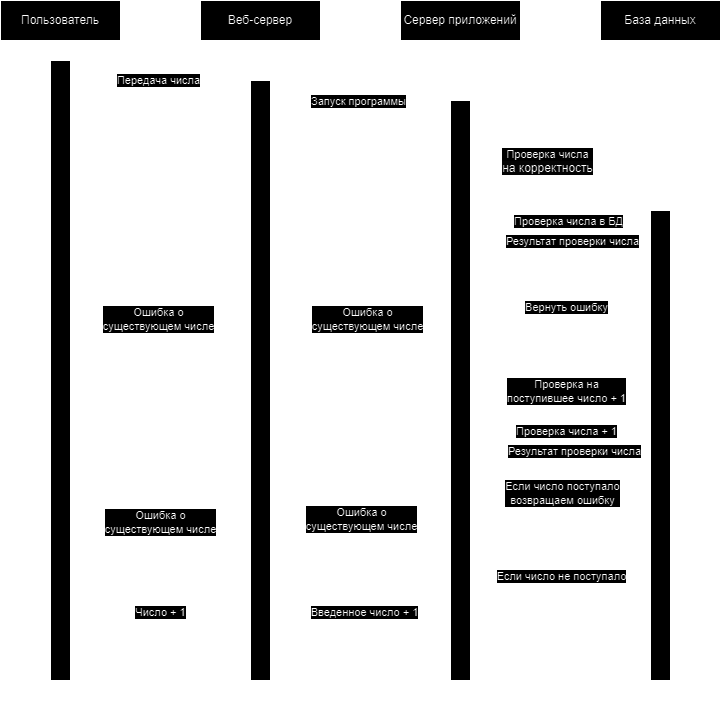
The draw.io diagram Диаграмма последовательности.drawio.png in uselesscloudlet/DSCM, before a commit. Source tidied: cells renumbered, new cells last; positions are measured from the earlier drawing's top-left corner, leaving out a move shared by most shapes.
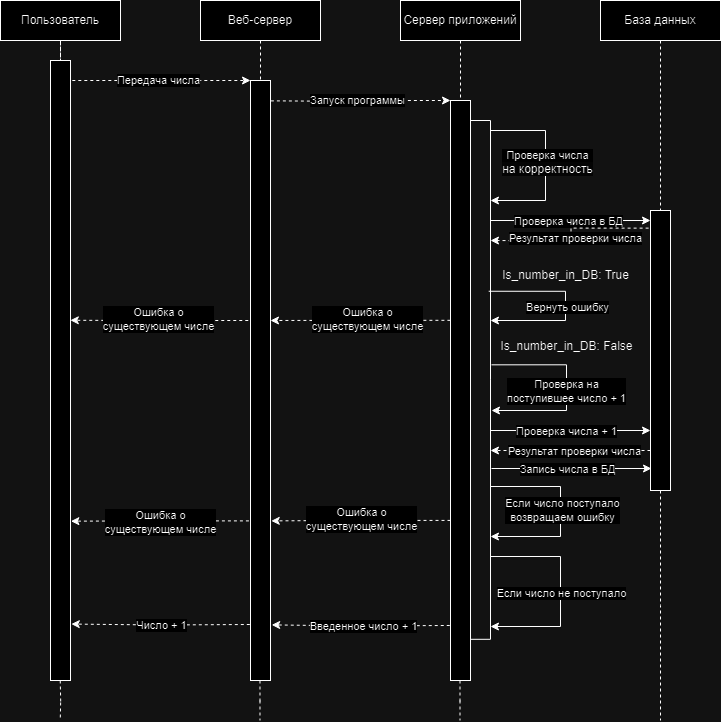
The same file after the commit.

Change to the diagram source:
```diff
@@ -70,12 +70,12 @@
     </mxCell>
     <mxCell id="18" style="edgeStyle=orthogonalEdgeStyle;rounded=0;orthogonalLoop=1;jettySize=auto;html=1;" parent="1" edge="1">
       <mxGeometry relative="1" as="geometry">
-        <mxPoint x="490" y="470" as="sourcePoint" />
-        <mxPoint x="490" y="520" as="targetPoint" />
+        <mxPoint x="490" y="486" as="sourcePoint" />
+        <mxPoint x="490" y="536" as="targetPoint" />
         <Array as="points">
-          <mxPoint x="560" y="470" />
-          <mxPoint x="560" y="520" />
-          <mxPoint x="490" y="520" />
+          <mxPoint x="560" y="486" />
+          <mxPoint x="560" y="536" />
+          <mxPoint x="490" y="536" />
         </Array>
       </mxGeometry>
     </mxCell>
@@ -84,11 +84,11 @@
     </mxCell>
     <mxCell id="20" style="edgeStyle=orthogonalEdgeStyle;rounded=0;orthogonalLoop=1;jettySize=auto;html=1;" parent="1" edge="1">
       <mxGeometry relative="1" as="geometry">
-        <mxPoint x="490" y="540" as="sourcePoint" />
-        <mxPoint x="490" y="610" as="targetPoint" />
+        <mxPoint x="490" y="556" as="sourcePoint" />
+        <mxPoint x="490" y="626" as="targetPoint" />
         <Array as="points">
-          <mxPoint x="560" y="540" />
-          <mxPoint x="560" y="610" />
+          <mxPoint x="560" y="556" />
+          <mxPoint x="560" y="626" />
         </Array>
       </mxGeometry>
     </mxCell>
@@ -142,7 +142,7 @@
       </mxGeometry>
     </mxCell>
     <mxCell id="30" style="rounded=0;whiteSpace=wrap;html=1;" parent="1" vertex="1">
-      <mxGeometry x="650" y="210" width="20" height="470" as="geometry" />
+      <mxGeometry x="650" y="210" width="20" height="280" as="geometry" />
     </mxCell>
     <mxCell id="31" style="edgeStyle=orthogonalEdgeStyle;rounded=0;orthogonalLoop=1;jettySize=auto;html=1;exitX=1;exitY=0.043;exitDx=0;exitDy=0;exitPerimeter=0;endArrow=none;endFill=0;entryX=1.001;entryY=0.929;entryDx=0;entryDy=0;entryPerimeter=0;" parent="1" edge="1" source="22" target="22">
       <mxGeometry relative="1" as="geometry">
@@ -231,16 +231,22 @@
         <mxPoint x="4" as="offset" />
       </mxGeometry>
     </mxCell>
-    <mxCell id="48" style="edgeStyle=orthogonalEdgeStyle;rounded=0;jettySize=auto;html=1;exitX=-0.037;exitY=0.881;exitDx=0;exitDy=0;entryX=1.059;entryY=0.884;entryDx=0;entryDy=0;entryPerimeter=0;exitPerimeter=0;dashed=1;" parent="1" edge="1" source="22" target="15">
-      <mxGeometry relative="1" as="geometry" />
+    <mxCell id="48" style="edgeStyle=orthogonalEdgeStyle;rounded=0;orthogonalLoop=1;jettySize=auto;html=1;exitX=-0.037;exitY=0.881;exitDx=0;exitDy=0;entryX=1.059;entryY=0.884;entryDx=0;entryDy=0;entryPerimeter=0;exitPerimeter=0;dashed=1;" parent="1" edge="1">
+      <mxGeometry relative="1" as="geometry">
+        <mxPoint x="449.3" y="625" as="sourcePoint" />
+        <mxPoint x="271.2" y="624.4" as="targetPoint" />
+      </mxGeometry>
     </mxCell>
     <mxCell id="49" value="Введенное число + 1" style="edgeLabel;html=1;align=center;verticalAlign=middle;" parent="48" vertex="1">
       <mxGeometry x="0.03" y="1" relative="1" as="geometry">
         <mxPoint x="5" as="offset" />
       </mxGeometry>
     </mxCell>
-    <mxCell id="50" style="edgeStyle=orthogonalEdgeStyle;rounded=0;jettySize=auto;html=1;entryX=1.04;entryY=0.888;entryDx=0;entryDy=0;entryPerimeter=0;exitX=-0.034;exitY=0.885;exitDx=0;exitDy=0;exitPerimeter=0;dashed=1;" parent="1" edge="1" source="15" target="12">
-      <mxGeometry relative="1" as="geometry" />
+    <mxCell id="50" style="edgeStyle=orthogonalEdgeStyle;rounded=0;orthogonalLoop=1;jettySize=auto;html=1;entryX=1.04;entryY=0.888;entryDx=0;entryDy=0;entryPerimeter=0;exitX=-0.034;exitY=0.885;exitDx=0;exitDy=0;exitPerimeter=0;dashed=1;" parent="1" edge="1">
+      <mxGeometry relative="1" as="geometry">
+        <mxPoint x="249.3" y="624" as="sourcePoint" />
+        <mxPoint x="70.8" y="623.6" as="targetPoint" />
+      </mxGeometry>
     </mxCell>
     <mxCell id="51" value="Число + 1" style="edgeLabel;html=1;align=center;verticalAlign=middle;" parent="50" vertex="1">
       <mxGeometry x="-0.06" relative="1" as="geometry">
@@ -275,5 +281,14 @@
         <mxPoint x="59.7" y="720" as="targetPoint" />
       </mxGeometry>
     </mxCell>
+    <mxCell id="55" style="edgeStyle=orthogonalEdgeStyle;rounded=0;orthogonalLoop=1;jettySize=auto;html=1;entryX=0;entryY=0.75;entryDx=0;entryDy=0;" parent="1" edge="1">
+      <mxGeometry relative="1" as="geometry">
+        <mxPoint x="491" y="468" as="sourcePoint" />
+        <mxPoint x="651" y="468" as="targetPoint" />
+      </mxGeometry>
+    </mxCell>
+    <mxCell id="56" value="Запись числа в БД" style="edgeLabel;html=1;align=center;verticalAlign=middle;" parent="55" vertex="1">
+      <mxGeometry x="-0.06" relative="1" as="geometry" />
+    </mxCell>
   </root>
 </mxGraphModel>
```
